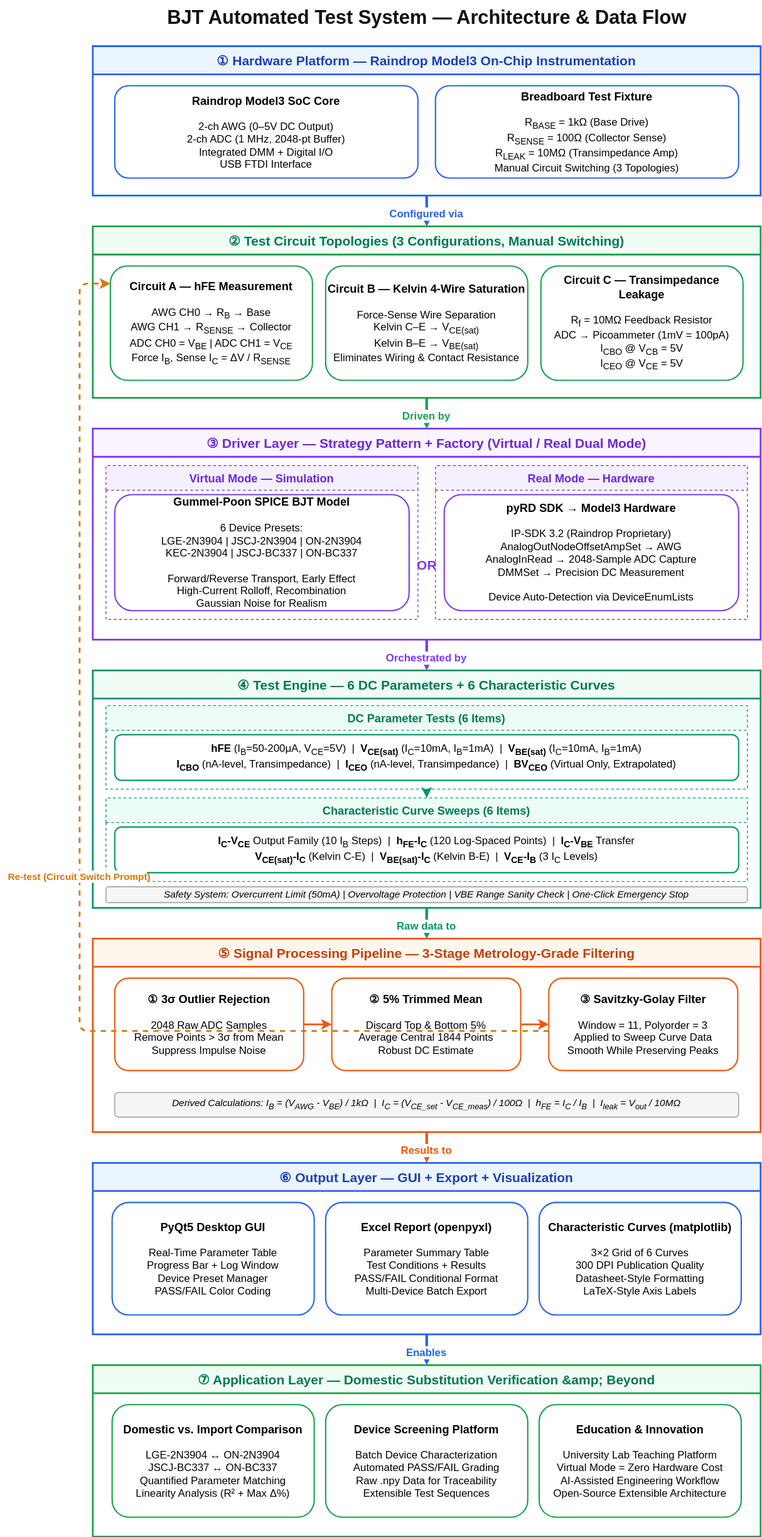
Before: assets/BJT_Test_System_Flowchart.svg, a diagram exported from draw.io (TitianMu/BJT-Test-System). Source tidied: cells renumbered, new cells last; positions are measured from the earlier drawing's top-left corner, leaving out a move shared by most shapes.
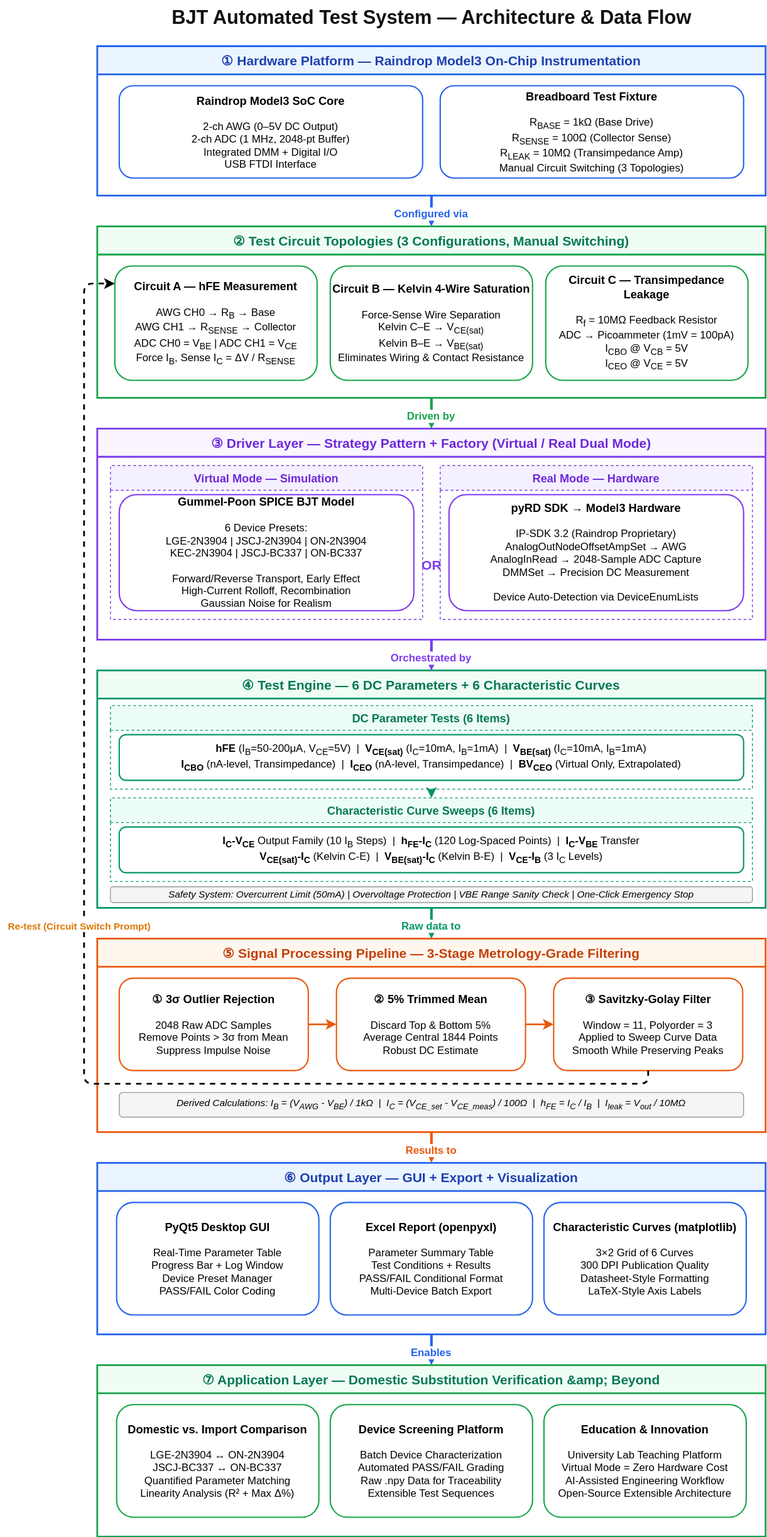
After the change.

Commit message:
更新系统架构矢量图

Change to the diagram source:
```diff
@@ -128,12 +128,14 @@
     <mxCell id="43" value="&lt;b style=&quot;font-size:13px&quot;&gt;Education &amp;amp; Innovation&lt;/b&gt;&lt;br&gt;&lt;br&gt;University Lab Teaching Platform&lt;br&gt;Virtual Mode = Zero Hardware Cost&lt;br&gt;AI-Assisted Engineering Workflow&lt;br&gt;Open-Source Extensible Architecture" style="rounded=1;whiteSpace=wrap;html=1;fillColor=#FFFFFF;strokeColor=#16a34a;strokeWidth=1.5;fontSize=12;align=center;" parent="40" vertex="1">
       <mxGeometry x="508" y="45" width="230" height="128" as="geometry" />
     </mxCell>
-    <mxCell id="44" value="Re-test (Circuit Switch Prompt)" style="edgeStyle=orthogonalEdgeStyle;dashed=1;strokeColor=#d97706;strokeWidth=2;fontColor=#d97706;fontSize=11;fontStyle=1;" parent="1" edge="1" source="32" target="8">
-      <mxGeometry relative="1" as="geometry">
+    <mxCell id="44" value="Re-test (Circuit Switch Prompt)" style="edgeStyle=orthogonalEdgeStyle;dashed=1;strokeColor=#000000;strokeWidth=2;fontColor=#d97706;fontSize=11;fontStyle=1;" parent="1" edge="1" source="32" target="8">
+      <mxGeometry x="0.04" y="5" relative="1" as="geometry">
         <Array as="points">
-          <mxPoint y="1172" />
+          <mxPoint x="641" y="1232" />
+          <mxPoint y="1232" />
           <mxPoint y="322" />
         </Array>
+        <mxPoint y="-1" as="offset" />
       </mxGeometry>
     </mxCell>
   </root>
```
